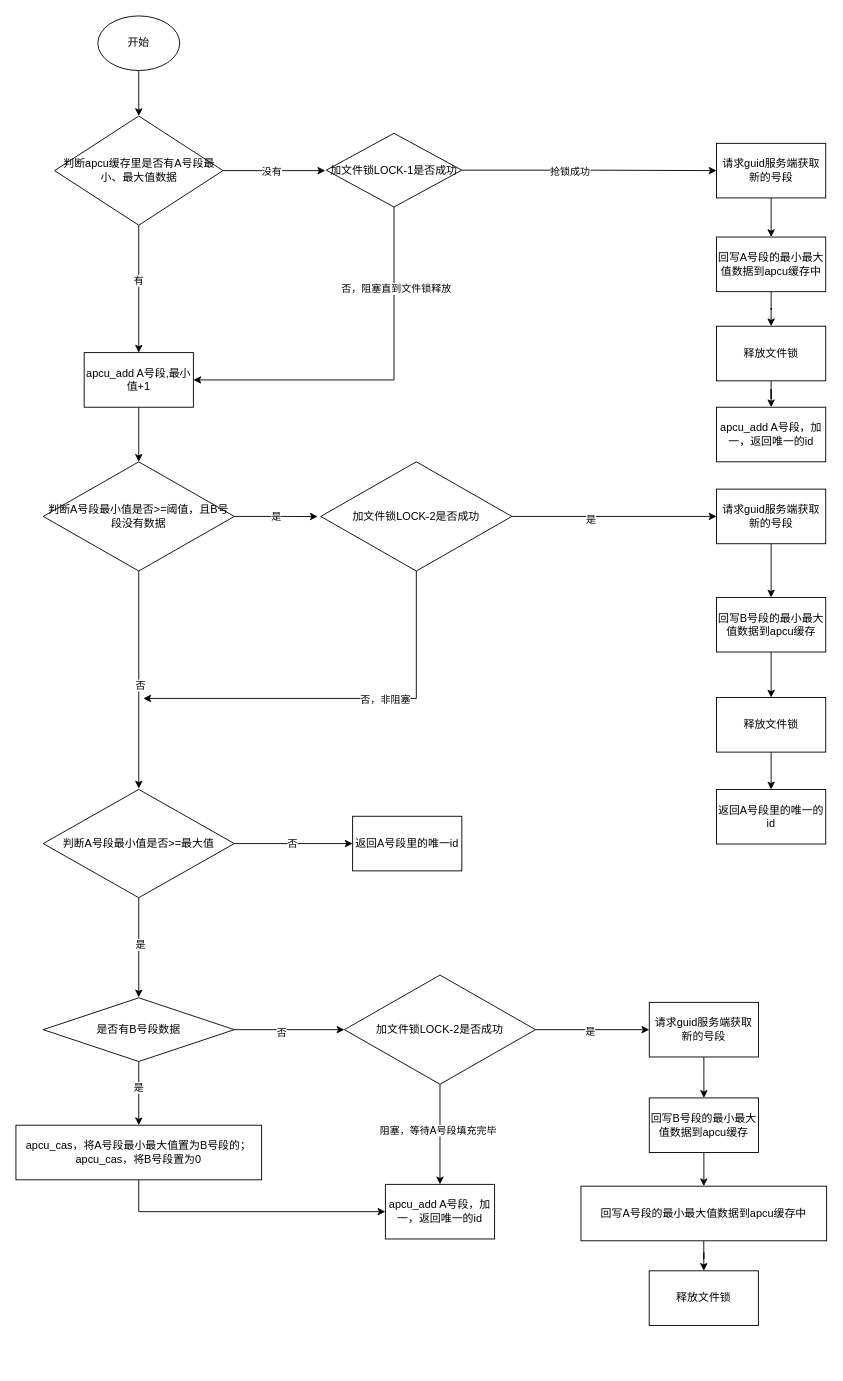
Before: 全局唯一id服务-v1.drawio in yuanlj-tea/picgo, a draw.io diagram. Source tidied: cells renumbered, new cells numbered last; positions are measured from the earlier drawing's top-left corner, leaving out a move shared by most shapes. Both pictures are drawn from the tidied source at 91%, with x=0, y=0 at pixel (15, 15).
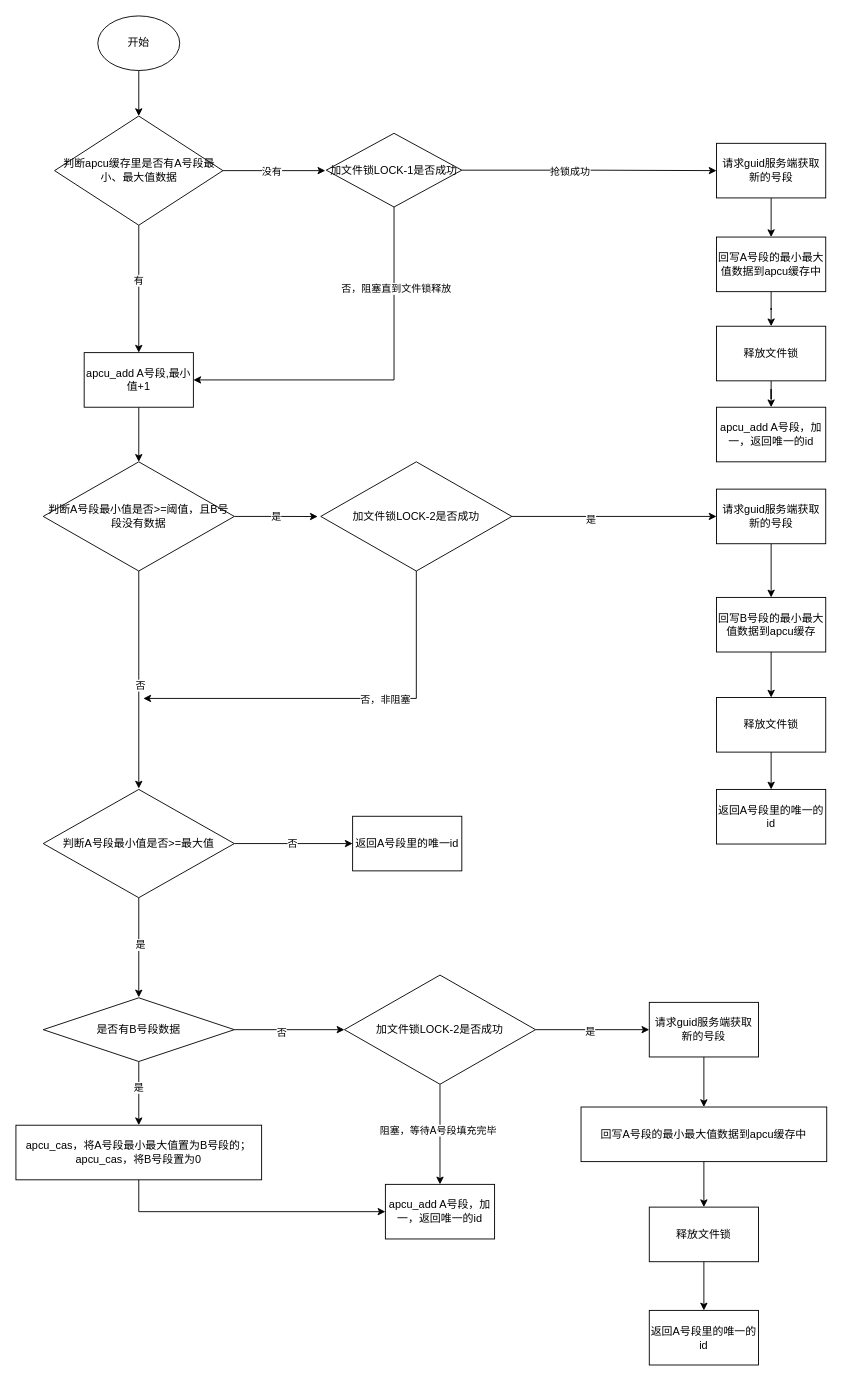
The same page after the edit.

Commit message:
更新全局唯一id服务-v1.drawio

Unchanged cells that the change refers to:
```xml
<mxCell id="59" value="请求guid服务端获取新的号段" style="whiteSpace=wrap;html=1;" parent="1" vertex="1">
  <mxGeometry x="696" y="1084" width="120" height="60" as="geometry" />
</mxCell>
```

The edit, as a diff of the source:
```diff
@@
-    <mxCell id="58" style="edgeStyle=orthogonalEdgeStyle;rounded=0;jettySize=auto;html=1;" parent="1" edge="1" source="59">
-      <mxGeometry relative="1" as="geometry">
-        <mxPoint x="756" y="1189" as="targetPoint" />
-      </mxGeometry>
+    <mxCell id="58" style="edgeStyle=orthogonalEdgeStyle;rounded=0;jettySize=auto;html=1;entryX=0.5;entryY=0;entryDx=0;entryDy=0;" parent="1" edge="1" source="59" target="63">
+      <mxGeometry relative="1" as="geometry" />
     </mxCell>
@@
-    <mxCell id="60" style="edgeStyle=orthogonalEdgeStyle;rounded=0;jettySize=auto;html=1;" parent="1" edge="1" source="61" target="63">
-      <mxGeometry relative="1" as="geometry" />
-    </mxCell>
-    <mxCell id="61" value="回写B号段的最小最大值数据到apcu缓存" style="whiteSpace=wrap;html=1;" parent="1" vertex="1">
-      <mxGeometry x="696" y="1189" width="120" height="60" as="geometry" />
-    </mxCell>
@@
     <mxCell id="63" value="回写A号段的最小最大值数据到apcu缓存中" style="whiteSpace=wrap;html=1;" parent="1" vertex="1">
-      <mxGeometry x="620.9" y="1286" width="270" height="60" as="geometry" />
+      <mxGeometry x="621" y="1199" width="270" height="60" as="geometry" />
     </mxCell>
+    <mxCell id="66" style="edgeStyle=orthogonalEdgeStyle;rounded=0;jettySize=auto;html=1;" parent="1" edge="1" source="64" target="67">
+      <mxGeometry relative="1" as="geometry" />
+    </mxCell>
     <mxCell id="64" value="释放文件锁" style="whiteSpace=wrap;html=1;" parent="1" vertex="1">
-      <mxGeometry x="695.9" y="1379" width="120" height="60" as="geometry" />
+      <mxGeometry x="696" y="1309" width="120" height="60" as="geometry" />
     </mxCell>
@@
+    <mxCell id="67" value="返回A号段里的唯一的id" style="whiteSpace=wrap;html=1;" parent="1" vertex="1">
+      <mxGeometry x="696" y="1422.5" width="120" height="60" as="geometry" />
+    </mxCell>
```
